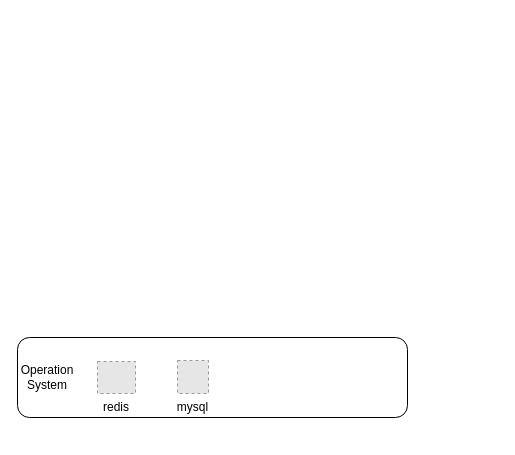
The draw.io diagram parlimentFramework.drawio in frankyzf/drawio, before the edit. Source tidied: cells renumbered, new cells numbered last; positions are measured from the earlier drawing's top-left corner, leaving out a move shared by most shapes. Both pictures are drawn from the tidied source at 100%, with x=0, y=0 at pixel (17, 337). Pictures stored in the file or linked from it are replaced by grey dashed boxes.
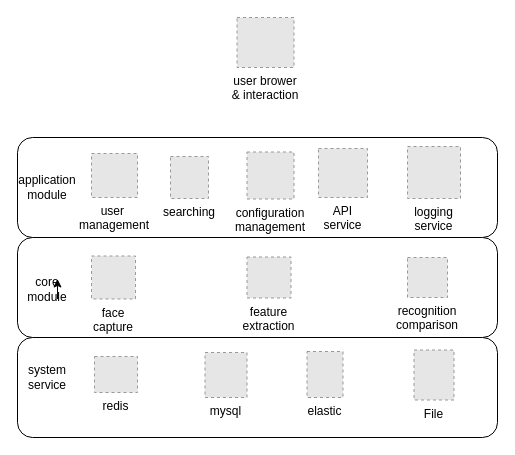
After the change.

What changed in the source:
```diff
@@
     <mxCell id="2" style="rounded=1;whiteSpace=wrap;html=1;" parent="1" vertex="1">
-      <mxGeometry width="390" height="80" as="geometry" />
+      <mxGeometry width="480" height="100" as="geometry" />
     </mxCell>
-    <mxCell id="3" value="Operation System" style="text;html=1;strokeColor=none;fillColor=none;align=center;verticalAlign=middle;whiteSpace=wrap;rounded=0;" parent="1" vertex="1">
+    <mxCell id="3" value="system service" style="text;html=1;strokeColor=none;fillColor=none;align=center;verticalAlign=middle;whiteSpace=wrap;rounded=0;" parent="1" vertex="1">
       <mxGeometry x="10" y="30" width="40" height="20" as="geometry" />
     </mxCell>
     <mxCell id="4" value="redis" style="fillColor=#E6E6E6;strokeColor=#999999;dashed=1;verticalLabelPosition=bottom;labelBackgroundColor=#ffffff;verticalAlign=top;" parent="1" vertex="1">
-      <mxGeometry x="80" y="24" width="38" height="32" as="geometry" />
+      <mxGeometry x="77" y="19" width="43" height="36" as="geometry" />
     </mxCell>
     <mxCell id="5" value="mysql" style="fillColor=#E6E6E6;strokeColor=#999999;dashed=1;verticalLabelPosition=bottom;labelBackgroundColor=#ffffff;verticalAlign=top;" parent="1" vertex="1">
-      <mxGeometry x="160" y="23" width="31" height="33" as="geometry" />
+      <mxGeometry x="187.5" y="15" width="42" height="45" as="geometry" />
     </mxCell>
+    <mxCell id="6" value="elastic" style="fillColor=#E6E6E6;strokeColor=#999999;dashed=1;verticalLabelPosition=bottom;labelBackgroundColor=#ffffff;verticalAlign=top;" parent="1" vertex="1">
+      <mxGeometry x="289.5" y="14" width="36" height="46" as="geometry" />
+    </mxCell>
+    <mxCell id="7" value="File" style="fillColor=#E6E6E6;strokeColor=#999999;dashed=1;verticalLabelPosition=bottom;labelBackgroundColor=#ffffff;verticalAlign=top;" parent="1" vertex="1">
+      <mxGeometry x="396.5" y="12.5" width="40" height="50" as="geometry" />
+    </mxCell>
+    <mxCell id="8" style="rounded=1;whiteSpace=wrap;html=1;" parent="1" vertex="1">
+      <mxGeometry y="-100" width="480" height="100" as="geometry" />
+    </mxCell>
+    <mxCell id="9" value="core module" style="text;html=1;strokeColor=none;fillColor=none;align=center;verticalAlign=middle;whiteSpace=wrap;rounded=0;" parent="1" vertex="1">
+      <mxGeometry x="10" y="-58.5" width="40" height="20" as="geometry" />
+    </mxCell>
+    <mxCell id="10" value="face&#10;capture" style="fillColor=#E6E6E6;strokeColor=#999999;dashed=1;verticalLabelPosition=bottom;labelBackgroundColor=#ffffff;verticalAlign=top;" parent="1" vertex="1">
+      <mxGeometry x="74" y="-81.5" width="44" height="43" as="geometry" />
+    </mxCell>
+    <mxCell id="11" value="feature&#10;extraction" style="fillColor=#E6E6E6;strokeColor=#999999;dashed=1;verticalLabelPosition=bottom;labelBackgroundColor=#ffffff;verticalAlign=top;" parent="1" vertex="1">
+      <mxGeometry x="229.5" y="-80.5" width="44" height="41" as="geometry" />
+    </mxCell>
+    <mxCell id="12" style="edgeStyle=orthogonalEdgeStyle;rounded=0;orthogonalLoop=1;jettySize=auto;html=1;exitX=0.75;exitY=1;exitDx=0;exitDy=0;entryX=0.75;entryY=0;entryDx=0;entryDy=0;" parent="1" edge="1" source="9" target="9">
+      <mxGeometry relative="1" as="geometry" />
+    </mxCell>
+    <mxCell id="13" value="recognition&#10;comparison" style="fillColor=#E6E6E6;strokeColor=#999999;dashed=1;verticalLabelPosition=bottom;labelBackgroundColor=#ffffff;verticalAlign=top;" parent="1" vertex="1">
+      <mxGeometry x="390" y="-80" width="40" height="40" as="geometry" />
+    </mxCell>
+    <mxCell id="14" style="rounded=1;whiteSpace=wrap;html=1;" parent="1" vertex="1">
+      <mxGeometry y="-200" width="480" height="100" as="geometry" />
+    </mxCell>
+    <mxCell id="15" value="application&lt;br&gt;module" style="text;html=1;strokeColor=none;fillColor=none;align=center;verticalAlign=middle;whiteSpace=wrap;rounded=0;" parent="1" vertex="1">
+      <mxGeometry x="10" y="-160" width="40" height="20" as="geometry" />
+    </mxCell>
+    <mxCell id="16" value="user &#10;management" style="fillColor=#E6E6E6;strokeColor=#999999;dashed=1;verticalLabelPosition=bottom;labelBackgroundColor=#ffffff;verticalAlign=top;" parent="1" vertex="1">
+      <mxGeometry x="74" y="-184" width="46" height="44" as="geometry" />
+    </mxCell>
+    <mxCell id="17" value="searching" style="fillColor=#E6E6E6;strokeColor=#999999;dashed=1;verticalLabelPosition=bottom;labelBackgroundColor=#ffffff;verticalAlign=top;" parent="1" vertex="1">
+      <mxGeometry x="153" y="-181" width="38" height="42" as="geometry" />
+    </mxCell>
+    <mxCell id="18" value="configuration&#10;management" style="fillColor=#E6E6E6;strokeColor=#999999;dashed=1;verticalLabelPosition=bottom;labelBackgroundColor=#ffffff;verticalAlign=top;" parent="1" vertex="1">
+      <mxGeometry x="229.5" y="-185.5" width="47" height="47" as="geometry" />
+    </mxCell>
+    <mxCell id="19" value="user brower &#10;&amp; interaction" style="fillColor=#E6E6E6;strokeColor=#999999;dashed=1;verticalLabelPosition=bottom;labelBackgroundColor=#ffffff;verticalAlign=top;" parent="1" vertex="1">
+      <mxGeometry x="219.5" y="-320" width="57" height="50" as="geometry" />
+    </mxCell>
+    <mxCell id="20" value="API &#10;service" style="fillColor=#E6E6E6;strokeColor=#999999;dashed=1;verticalLabelPosition=bottom;labelBackgroundColor=#ffffff;verticalAlign=top;" parent="1" vertex="1">
+      <mxGeometry x="301" y="-189" width="49" height="49" as="geometry" />
+    </mxCell>
+    <mxCell id="21" value="logging&#10;service" style="fillColor=#E6E6E6;strokeColor=#999999;dashed=1;verticalLabelPosition=bottom;labelBackgroundColor=#ffffff;verticalAlign=top;" parent="1" vertex="1">
+      <mxGeometry x="390" y="-191" width="53" height="52" as="geometry" />
+    </mxCell>
```
